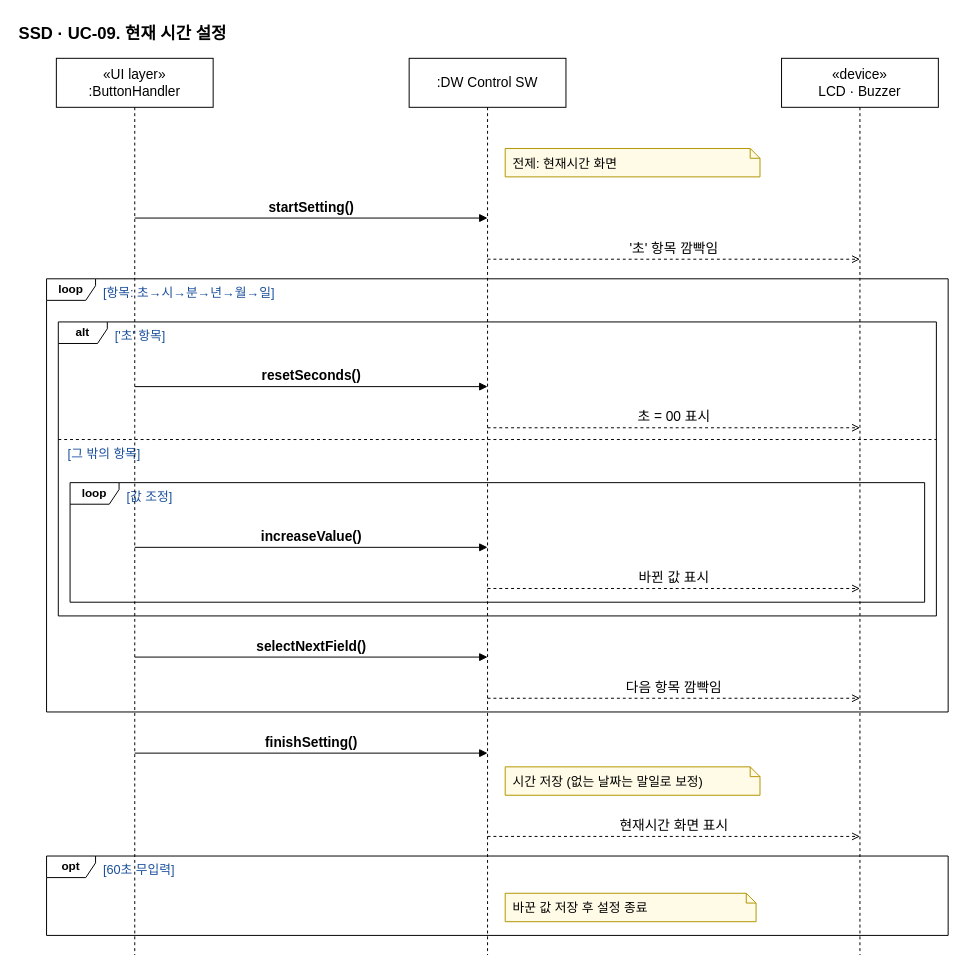
Above: page "UC-09" (3 of 12) of docs/OOAD/practice/ssd/DigitalWatch_SSD.drawio in sspring2048/AssoArch (draw.io), before the change. Source tidied: cells renumbered, new cells numbered last; positions are measured from the earlier drawing's top-left corner, leaving out a move shared by most shapes. Both pictures are drawn from the tidied source at 98%, with x=0, y=0 at pixel (17, 17).
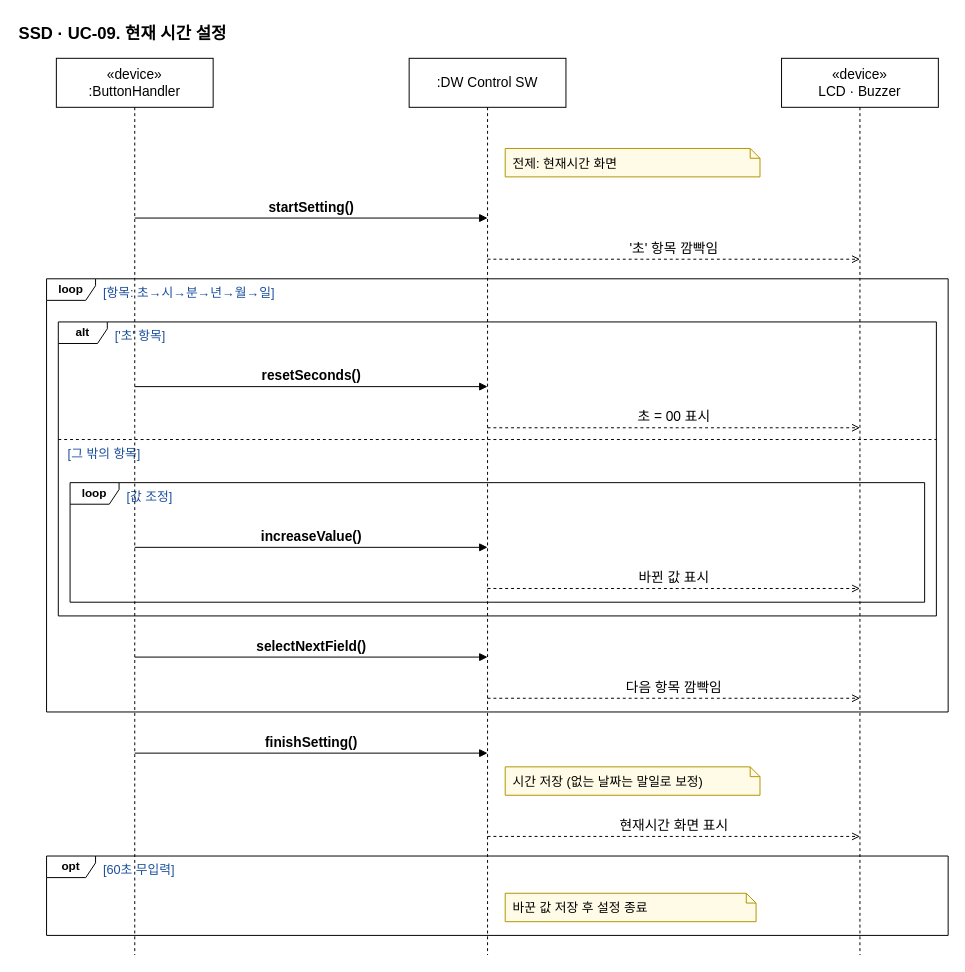
Above is the later version.

The edit, as a diff of the source:
```diff
@@
-    <mxCell id="13" value="«UI layer»&lt;br&gt;:ButtonHandler" style="shape=umlLifeline;perimeter=lifelinePerimeter;whiteSpace=wrap;html=1;size=50;fontSize=14;" parent="1" vertex="1">
+    <mxCell id="13" value="«device»&lt;br&gt;:ButtonHandler" style="shape=umlLifeline;perimeter=lifelinePerimeter;whiteSpace=wrap;html=1;size=50;fontSize=14;" parent="1" vertex="1">
       <mxGeometry x="40" y="42" width="160" height="915" as="geometry" />
     </mxCell>
```
